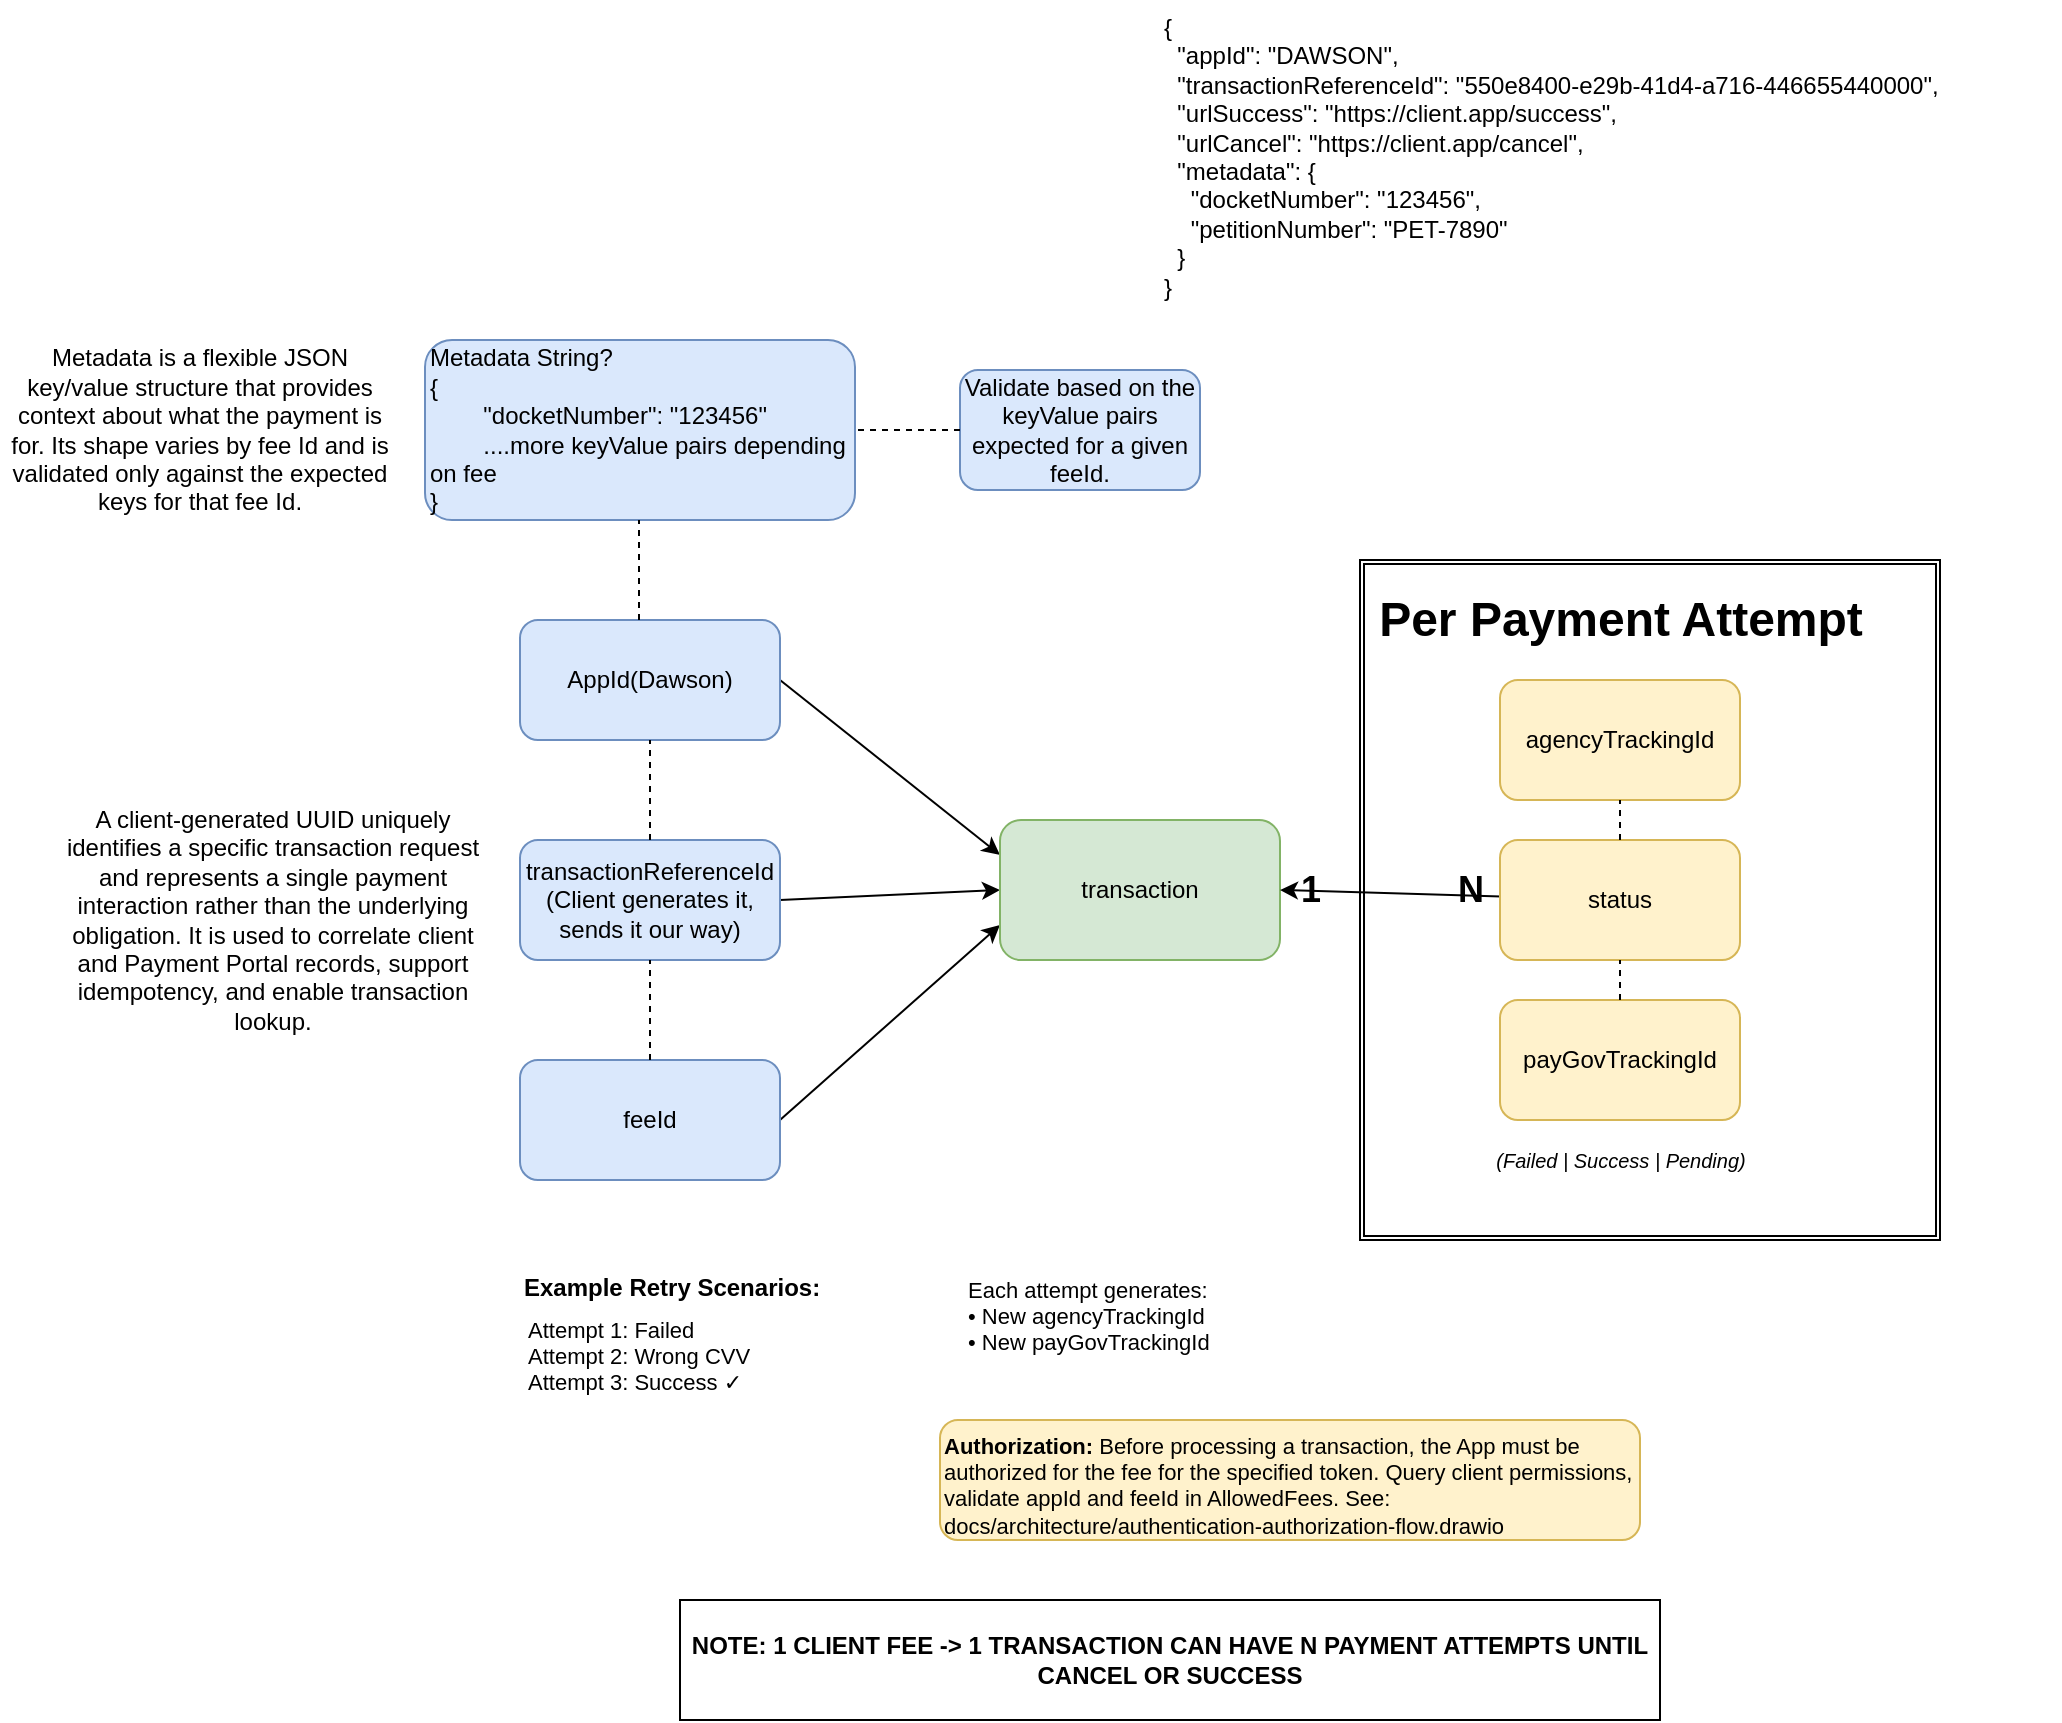
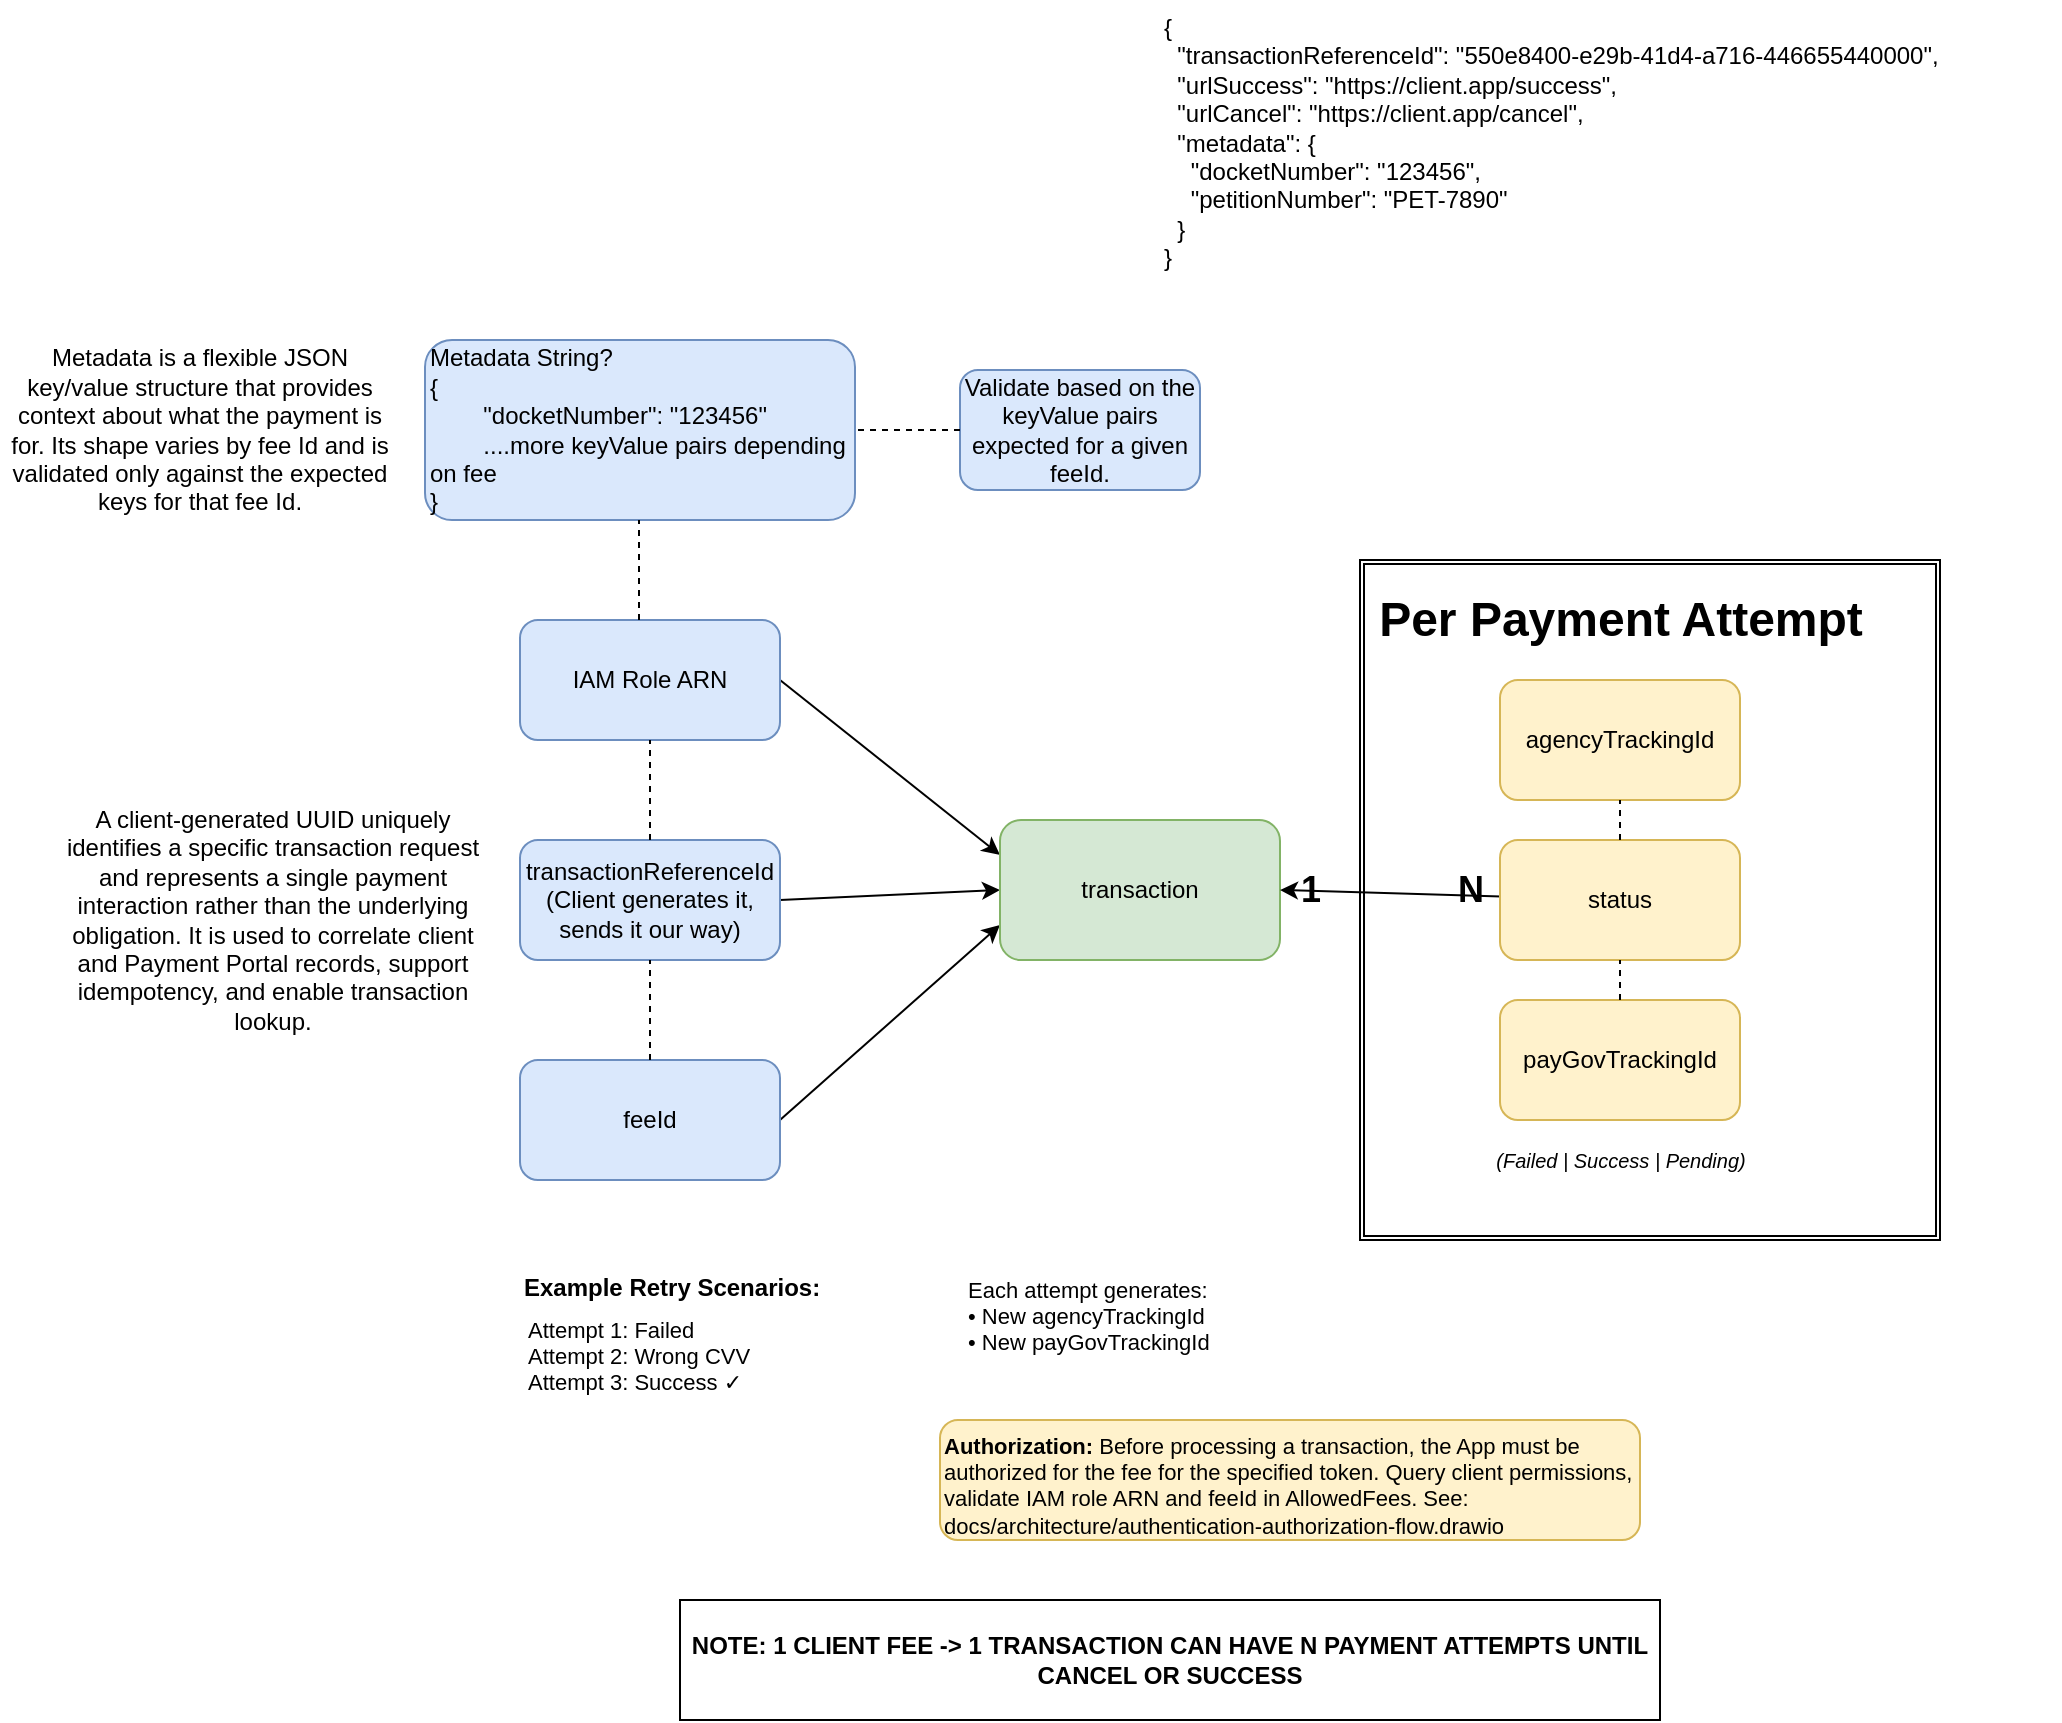
<mxfile host="65bd71144e">
    <diagram id="44C6MNScdNAlMVhiBaLj" name="Page-1">
        <mxGraphModel dx="1432" dy="1665" grid="1" gridSize="10" guides="1" tooltips="1" connect="1" arrows="1" fold="1" page="1" pageScale="1" pageWidth="850" pageHeight="1100" math="0" shadow="0">
            <root>
                <mxCell id="0"/>
                <mxCell id="1" parent="0"/>
                <mxCell id="14" style="edgeStyle=none;html=1;exitX=1;exitY=0.5;exitDx=0;exitDy=0;entryX=0;entryY=0.25;entryDx=0;entryDy=0;" parent="1" source="2" target="8" edge="1">
                    <mxGeometry relative="1" as="geometry"/>
                </mxCell>
-                 <mxCell id="2" value="AppId(Dawson)" style="rounded=1;whiteSpace=wrap;html=1;fillColor=#dae8fc;strokeColor=#6c8ebf;" parent="1" vertex="1">
+                 <mxCell id="2" value="IAM Role ARN" style="rounded=1;whiteSpace=wrap;html=1;fillColor=#dae8fc;strokeColor=#6c8ebf;" parent="1" vertex="1">
                    <mxGeometry x="180" y="160" width="130" height="60" as="geometry"/>
                </mxCell>
                <mxCell id="15" style="edgeStyle=none;html=1;exitX=1;exitY=0.5;exitDx=0;exitDy=0;entryX=0;entryY=0.5;entryDx=0;entryDy=0;" parent="1" source="5" target="8" edge="1">
                    <mxGeometry relative="1" as="geometry"/>
                </mxCell>
                <mxCell id="5" value="transactionReferenceId (Client generates it, sends it our way)" style="rounded=1;whiteSpace=wrap;html=1;fillColor=#dae8fc;strokeColor=#6c8ebf;" parent="1" vertex="1">
                    <mxGeometry x="180" y="270" width="130" height="60" as="geometry"/>
                </mxCell>
                <mxCell id="16" style="edgeStyle=none;html=1;exitX=1;exitY=0.5;exitDx=0;exitDy=0;entryX=0;entryY=0.75;entryDx=0;entryDy=0;" parent="1" source="7" target="8" edge="1">
                    <mxGeometry relative="1" as="geometry"/>
                </mxCell>
                <mxCell id="7" value="feeId" style="rounded=1;whiteSpace=wrap;html=1;fillColor=#dae8fc;strokeColor=#6c8ebf;" parent="1" vertex="1">
                    <mxGeometry x="180" y="380" width="130" height="60" as="geometry"/>
                </mxCell>
                <mxCell id="8" value="transaction" style="rounded=1;whiteSpace=wrap;html=1;fillColor=#d5e8d4;strokeColor=#82b366;" parent="1" vertex="1">
                    <mxGeometry x="420" y="260" width="140" height="70" as="geometry"/>
                </mxCell>
                <mxCell id="19" value="" style="shape=ext;double=1;rounded=0;whiteSpace=wrap;html=1;" parent="1" vertex="1">
                    <mxGeometry x="600" y="130" width="290" height="340" as="geometry"/>
                </mxCell>
                <mxCell id="17" value="" style="endArrow=none;dashed=1;html=1;entryX=0.5;entryY=1;entryDx=0;entryDy=0;exitX=0.5;exitY=0;exitDx=0;exitDy=0;" parent="1" source="7" target="5" edge="1">
                    <mxGeometry width="50" height="50" relative="1" as="geometry">
                        <mxPoint x="190" y="390" as="sourcePoint"/>
                        <mxPoint x="240" y="340" as="targetPoint"/>
                    </mxGeometry>
                </mxCell>
                <mxCell id="18" value="" style="endArrow=none;dashed=1;html=1;entryX=0.5;entryY=1;entryDx=0;entryDy=0;exitX=0.5;exitY=0;exitDx=0;exitDy=0;" parent="1" source="5" target="2" edge="1">
                    <mxGeometry width="50" height="50" relative="1" as="geometry">
                        <mxPoint x="210" y="280" as="sourcePoint"/>
                        <mxPoint x="260" y="230" as="targetPoint"/>
                    </mxGeometry>
                </mxCell>
                <mxCell id="10" value="agencyTrackingId" style="rounded=1;whiteSpace=wrap;html=1;fillColor=#fff2cc;strokeColor=#d6b656;" parent="1" vertex="1">
                    <mxGeometry x="670" y="190" width="120" height="60" as="geometry"/>
                </mxCell>
                <mxCell id="11" value="payGovTrackingId" style="rounded=1;whiteSpace=wrap;html=1;fillColor=#fff2cc;strokeColor=#d6b656;" parent="1" vertex="1">
                    <mxGeometry x="670" y="350" width="120" height="60" as="geometry"/>
                </mxCell>
                <mxCell id="13" value="" style="endArrow=classic;startArrow=classic;html=1;exitX=1;exitY=0.5;exitDx=0;exitDy=0;" parent="1" source="8" edge="1">
                    <mxGeometry width="50" height="50" relative="1" as="geometry">
                        <mxPoint x="620" y="330" as="sourcePoint"/>
                        <mxPoint x="730" y="300" as="targetPoint"/>
                    </mxGeometry>
                </mxCell>
                <mxCell id="22" value="Per Payment Attempt" style="text;strokeColor=none;fillColor=none;html=1;fontSize=24;fontStyle=1;verticalAlign=middle;align=center;" parent="1" vertex="1">
                    <mxGeometry x="680" y="140" width="100" height="40" as="geometry"/>
                </mxCell>
                <mxCell id="23" value="1" style="text;strokeColor=none;fillColor=none;html=1;fontSize=18;fontStyle=1;verticalAlign=middle;align=center;" parent="1" vertex="1">
                    <mxGeometry x="560" y="280" width="30" height="30" as="geometry"/>
                </mxCell>
                <mxCell id="24" value="N" style="text;strokeColor=none;fillColor=none;html=1;fontSize=18;fontStyle=1;verticalAlign=middle;align=center;" parent="1" vertex="1">
                    <mxGeometry x="640" y="280" width="30" height="30" as="geometry"/>
                </mxCell>
                <mxCell id="25" value="Example Retry Scenarios:" style="text;strokeColor=none;fillColor=none;html=1;fontSize=12;fontStyle=1;verticalAlign=top;align=left;" parent="1" vertex="1">
                    <mxGeometry x="180" y="480" width="180" height="20" as="geometry"/>
                </mxCell>
                <mxCell id="26" value="Attempt 1: Failed&#xa;Attempt 2: Wrong CVV&#xa;Attempt 3: Success ✓" style="text;strokeColor=none;fillColor=none;html=1;fontSize=11;verticalAlign=top;align=left;spacing=4;" parent="1" vertex="1">
                    <mxGeometry x="180" y="500" width="180" height="60" as="geometry"/>
                </mxCell>
                <mxCell id="27" value="Each attempt generates:&lt;br&gt;• New agencyTrackingId&lt;br&gt;• New payGovTrackingId&lt;div&gt;&lt;br/&gt;&lt;/div&gt;" style="text;strokeColor=none;fillColor=none;html=1;fontSize=11;verticalAlign=top;align=left;spacing=4;" parent="1" vertex="1">
                    <mxGeometry x="400" y="480" width="180" height="80" as="geometry"/>
                </mxCell>
                <mxCell id="28" value="status" style="rounded=1;whiteSpace=wrap;html=1;fillColor=#fff2cc;strokeColor=#d6b656;" parent="1" vertex="1">
                    <mxGeometry x="670" y="270" width="120" height="60" as="geometry"/>
                </mxCell>
                <mxCell id="29" value="" style="endArrow=none;dashed=1;html=1;entryX=0.5;entryY=1;entryDx=0;entryDy=0;exitX=0.5;exitY=0;exitDx=0;exitDy=0;" parent="1" source="28" target="10" edge="1">
                    <mxGeometry width="50" height="50" relative="1" as="geometry">
                        <mxPoint x="730" y="280" as="sourcePoint"/>
                        <mxPoint x="730" y="250" as="targetPoint"/>
                    </mxGeometry>
                </mxCell>
                <mxCell id="30" value="" style="endArrow=none;dashed=1;html=1;entryX=0.5;entryY=1;entryDx=0;entryDy=0;exitX=0.5;exitY=0;exitDx=0;exitDy=0;" parent="1" source="11" target="28" edge="1">
                    <mxGeometry width="50" height="50" relative="1" as="geometry">
                        <mxPoint x="730" y="360" as="sourcePoint"/>
                        <mxPoint x="730" y="330" as="targetPoint"/>
                    </mxGeometry>
                </mxCell>
                <mxCell id="31" value="(Failed | Success | Pending)" style="text;strokeColor=none;fillColor=none;html=1;fontSize=10;fontStyle=2;verticalAlign=middle;align=center;" parent="1" vertex="1">
                    <mxGeometry x="630" y="420" width="200" height="20" as="geometry"/>
                </mxCell>
                <mxCell id="32" value="&lt;b&gt;NOTE: 1 CLIENT FEE -&amp;gt; 1 TRANSACTION CAN HAVE N PAYMENT ATTEMPTS UNTIL CANCEL OR SUCCESS&lt;/b&gt;" style="rounded=0;whiteSpace=wrap;html=1;" parent="1" vertex="1">
                    <mxGeometry x="260" y="650" width="490" height="60" as="geometry"/>
                </mxCell>
-                 <mxCell id="auth-note" value="&lt;b&gt;Authorization:&lt;/b&gt; Before processing a transaction, the App must be authorized for the fee for the specified token. Query client permissions, validate appId and feeId in AllowedFees. See: docs/architecture/authentication-authorization-flow.drawio" style="rounded=1;whiteSpace=wrap;html=1;fillColor=#fff2cc;strokeColor=#d6b656;fontSize=11;align=left;verticalAlign=top;fontStyle=0;" parent="1" vertex="1">
+                 <mxCell id="auth-note" value="&lt;b&gt;Authorization:&lt;/b&gt; Before processing a transaction, the App must be authorized for the fee for the specified token. Query client permissions, validate IAM role ARN and feeId in AllowedFees. See: docs/architecture/authentication-authorization-flow.drawio" style="rounded=1;whiteSpace=wrap;html=1;fillColor=#fff2cc;strokeColor=#d6b656;fontSize=11;align=left;verticalAlign=top;fontStyle=0;" parent="1" vertex="1">
                    <mxGeometry x="390" y="560" width="350" height="60" as="geometry"/>
                </mxCell>
                <mxCell id="33" value="Metadata String?&lt;div&gt;{&lt;/div&gt;&lt;div&gt;&lt;span style=&quot;white-space: pre;&quot;&gt;&#x9;&lt;/span&gt;&quot;docketNumber&quot;: &quot;123456&quot;&lt;/div&gt;&lt;div&gt;&lt;span style=&quot;white-space: pre;&quot;&gt;&#x9;&lt;/span&gt;....more keyValue pairs depending on fee&lt;br&gt;&lt;/div&gt;&lt;div&gt;}&lt;/div&gt;" style="rounded=1;whiteSpace=wrap;html=1;fillColor=#dae8fc;strokeColor=#6c8ebf;align=left;" parent="1" vertex="1">
                    <mxGeometry x="132.5" y="20" width="215" height="90" as="geometry"/>
                </mxCell>
                <mxCell id="35" value="" style="endArrow=none;dashed=1;html=1;entryX=0.5;entryY=1;entryDx=0;entryDy=0;exitX=0.5;exitY=0;exitDx=0;exitDy=0;" parent="1" edge="1">
                    <mxGeometry width="50" height="50" relative="1" as="geometry">
                        <mxPoint x="239.5" y="160" as="sourcePoint"/>
                        <mxPoint x="239.5" y="110" as="targetPoint"/>
                    </mxGeometry>
                </mxCell>
                <mxCell id="36" value="Validate based on the keyValue pairs expected for a given feeId." style="rounded=1;whiteSpace=wrap;html=1;fillColor=#dae8fc;strokeColor=#6c8ebf;" parent="1" vertex="1">
                    <mxGeometry x="400" y="35" width="120" height="60" as="geometry"/>
                </mxCell>
                <mxCell id="37" value="" style="endArrow=none;dashed=1;html=1;entryX=1;entryY=0.5;entryDx=0;entryDy=0;exitX=0;exitY=0.5;exitDx=0;exitDy=0;" parent="1" source="36" target="33" edge="1">
                    <mxGeometry width="50" height="50" relative="1" as="geometry">
                        <mxPoint x="380" y="120" as="sourcePoint"/>
                        <mxPoint x="380" y="70" as="targetPoint"/>
                    </mxGeometry>
                </mxCell>
                <mxCell id="38" value="A client-generated UUID uniquely identifies a specific transaction request and represents a single payment interaction rather than the underlying obligation. It is used to correlate client and Payment Portal records, support idempotency, and enable transaction lookup." style="text;html=1;align=center;verticalAlign=middle;whiteSpace=wrap;rounded=0;" parent="1" vertex="1">
                    <mxGeometry x="-50" y="240" width="212.5" height="140" as="geometry"/>
                </mxCell>
                <mxCell id="40" value="Metadata is a flexible JSON key/value structure that provides context about what the payment is for. Its shape varies by fee Id and is validated only against the expected keys for that fee Id." style="text;html=1;align=center;verticalAlign=middle;whiteSpace=wrap;rounded=0;" parent="1" vertex="1">
                    <mxGeometry x="-80" y="10" width="200" height="110" as="geometry"/>
                </mxCell>
-                 <UserObject label="{&#xa;  &quot;appId&quot;: &quot;DAWSON&quot;,&#xa;  &quot;transactionReferenceId&quot;: &quot;550e8400-e29b-41d4-a716-446655440000&quot;,&#xa;  &quot;urlSuccess&quot;: &quot;https://client.app/success&quot;,&#xa;  &quot;urlCancel&quot;: &quot;https://client.app/cancel&quot;,&#xa;  &quot;metadata&quot;: {&#xa;    &quot;docketNumber&quot;: &quot;123456&quot;,&#xa;    &quot;petitionNumber&quot;: &quot;PET-7890&quot;&#xa;  }&#xa;}" link="{&#xa;  &quot;appId&quot;: &quot;DAWSON&quot;,&#xa;  &quot;transactionUUID&quot;: &quot;550e8400-e29b-41d4-a716-446655440000&quot;,&#xa;  &quot;urlSuccess&quot;: &quot;https://client.app/success&quot;,&#xa;  &quot;urlCancel&quot;: &quot;https://client.app/cancel&quot;,&#xa;  &quot;metadata&quot;: {&#xa;    &quot;docketNumber&quot;: &quot;123456&quot;,&#xa;    &quot;petitionNumber&quot;: &quot;PET-7890&quot;&#xa;  }&#xa;}" id="42">
+                 <UserObject label="{&#xa;  &quot;transactionReferenceId&quot;: &quot;550e8400-e29b-41d4-a716-446655440000&quot;,&#xa;  &quot;urlSuccess&quot;: &quot;https://client.app/success&quot;,&#xa;  &quot;urlCancel&quot;: &quot;https://client.app/cancel&quot;,&#xa;  &quot;metadata&quot;: {&#xa;    &quot;docketNumber&quot;: &quot;123456&quot;,&#xa;    &quot;petitionNumber&quot;: &quot;PET-7890&quot;&#xa;  }&#xa;}" link="{&#xa;  &quot;transactionUUID&quot;: &quot;550e8400-e29b-41d4-a716-446655440000&quot;,&#xa;  &quot;urlSuccess&quot;: &quot;https://client.app/success&quot;,&#xa;  &quot;urlCancel&quot;: &quot;https://client.app/cancel&quot;,&#xa;  &quot;metadata&quot;: {&#xa;    &quot;docketNumber&quot;: &quot;123456&quot;,&#xa;    &quot;petitionNumber&quot;: &quot;PET-7890&quot;&#xa;  }&#xa;}" id="42">
                    <mxCell style="text;whiteSpace=wrap;" parent="1" vertex="1">
                        <mxGeometry x="500" y="-150" width="450" height="170" as="geometry"/>
                    </mxCell>
                </UserObject>
            </root>
        </mxGraphModel>
    </diagram>
</mxfile>
